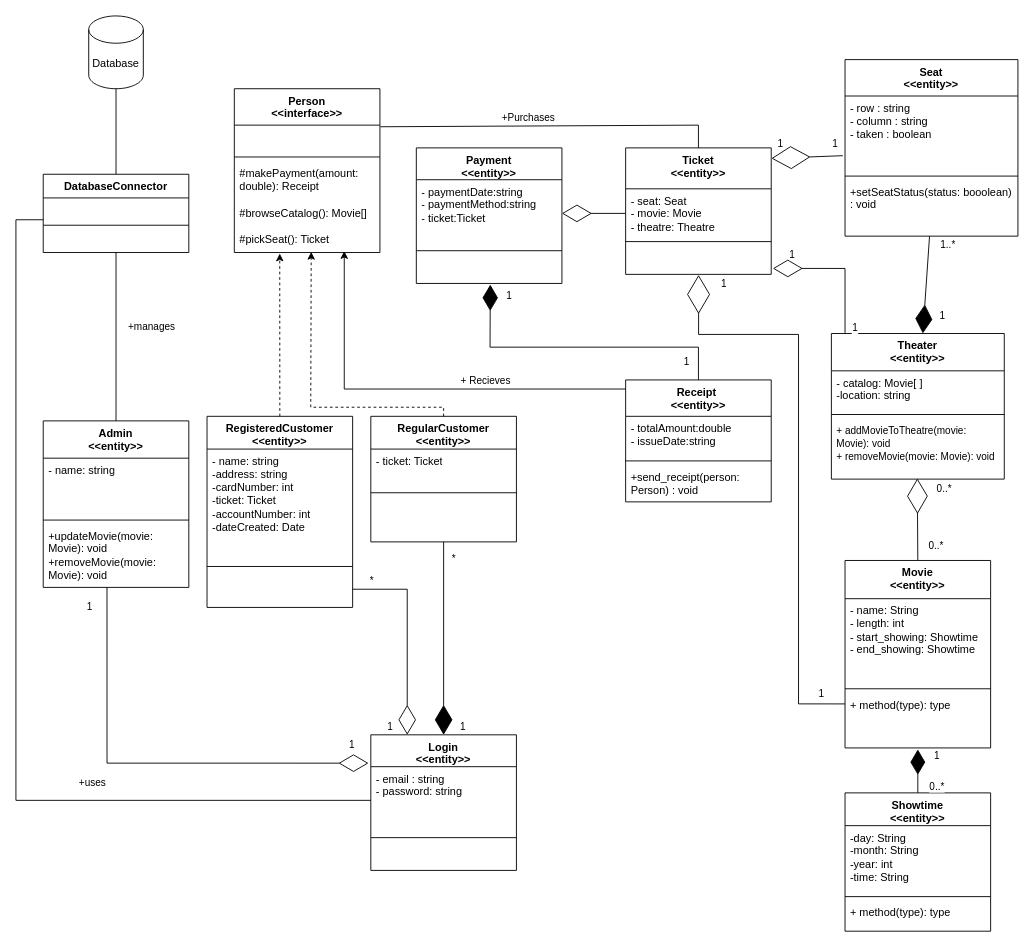
The draw.io diagram page "Domain Layer Class Diagram" (2 of 5) of ENSF 480 Final Project Diagrams.drawio in SenorYuen/ProjectGrp9, before the edit. Source tidied: cells renumbered, new cells numbered last; positions are measured from the earlier drawing's top-left corner, leaving out a move shared by most shapes. Both pictures are drawn from the tidied source at 91%, with x=0, y=0 at pixel (15, 15).
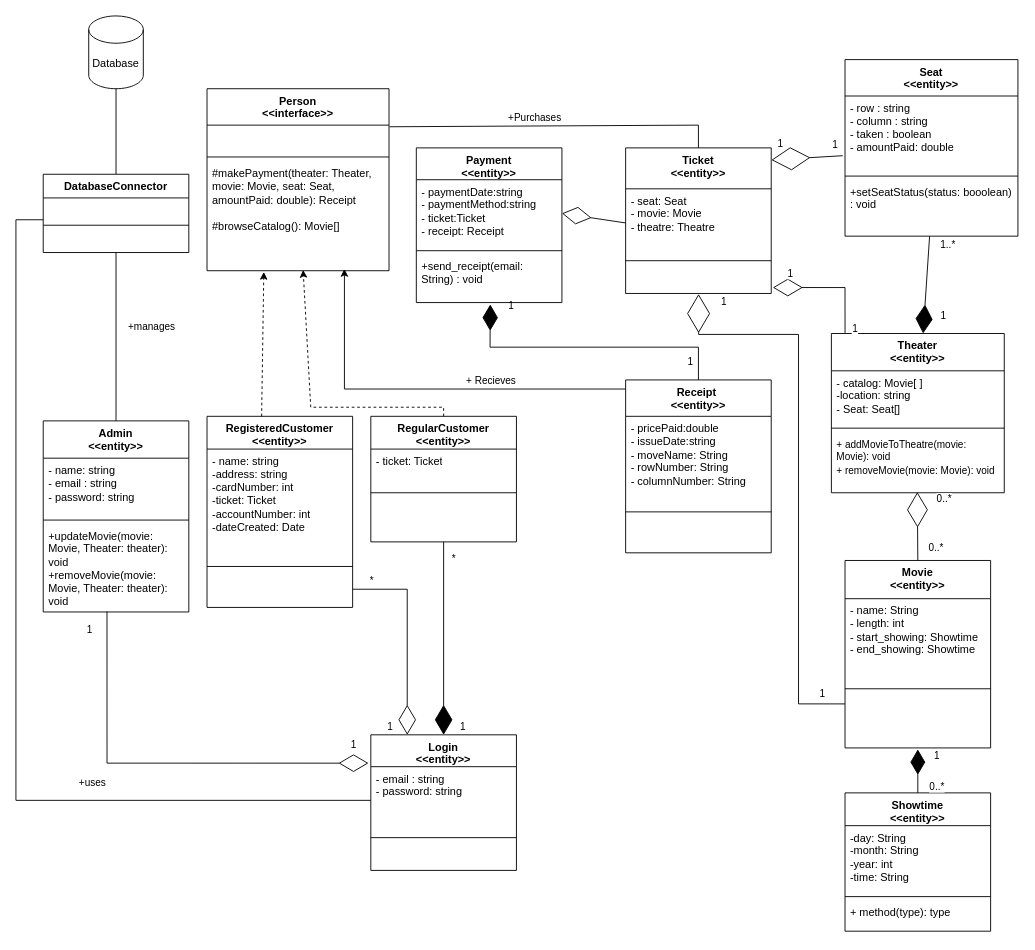
The same diagram, later.

Commit message (it also covers changes not shown here):
Shuffled UML around to make the Person interface's makePayment() make more sense

The change refers to these unchanged cells:
```xml
<mxCell id="6" value="Seat&lt;div&gt;&amp;lt;&amp;lt;entity&amp;gt;&amp;gt;&lt;br&gt;&lt;div&gt;&lt;br&gt;&lt;/div&gt;&lt;div&gt;&lt;br&gt;&lt;/div&gt;&lt;/div&gt;" style="swimlane;fontStyle=1;align=center;verticalAlign=top;horizontal=1;startSize=40;whiteSpace=wrap;html=1;" parent="1" vertex="1">
  <mxGeometry x="911.1" y="48" width="190" height="194" as="geometry" />
</mxCell>
<mxCell id="14" value="Movie&lt;div&gt;&amp;lt;&amp;lt;entity&amp;gt;&amp;gt;&lt;br&gt;&lt;div&gt;&lt;br&gt;&lt;/div&gt;&lt;/div&gt;" style="swimlane;fontStyle=1;align=center;verticalAlign=top;horizontal=1;startSize=42;whiteSpace=wrap;html=1;" parent="1" vertex="1">
  <mxGeometry x="911.1" y="598.4" width="160" height="206" as="geometry" />
</mxCell>
<mxCell id="30" value="RegisteredCustomer&lt;div&gt;&amp;lt;&amp;lt;entity&amp;gt;&amp;gt;&lt;br&gt;&lt;div&gt;&lt;br&gt;&lt;/div&gt;&lt;/div&gt;" style="swimlane;fontStyle=1;align=center;verticalAlign=top;horizontal=1;startSize=36;whiteSpace=wrap;html=1;" parent="1" vertex="1">
  <mxGeometry x="210" y="440" width="160" height="210" as="geometry" />
</mxCell>
```

What changed in the source:
```diff
@@
     <mxCell id="2" value="&lt;div&gt;Person&lt;/div&gt;&lt;div&gt;&amp;lt;&amp;lt;interface&amp;gt;&amp;gt;&lt;/div&gt;" style="swimlane;fontStyle=1;align=center;verticalAlign=top;horizontal=1;startSize=40;whiteSpace=wrap;html=1;" parent="1" vertex="1">
-      <mxGeometry x="240" y="80" width="160" height="180" as="geometry" />
+      <mxGeometry x="210" y="80" width="200" height="200" as="geometry" />
     </mxCell>
     <mxCell id="3" value="&amp;nbsp;" style="text;strokeColor=none;fillColor=none;align=left;verticalAlign=top;spacingLeft=4;spacingRight=4;overflow=hidden;points=[[0,0.5],[1,0.5]];portConstraint=eastwest;whiteSpace=wrap;html=1;" parent="2" vertex="1">
-      <mxGeometry y="40" width="160" height="30" as="geometry" />
+      <mxGeometry y="40" width="200" height="30" as="geometry" />
     </mxCell>
     <mxCell id="4" style="line;strokeWidth=1;fillColor=none;align=left;verticalAlign=middle;spacingTop=-1;spacingLeft=3;spacingRight=3;labelPosition=right;strokeColor=inherit;" parent="2" vertex="1">
-      <mxGeometry y="70" width="160" height="10" as="geometry" />
+      <mxGeometry y="70" width="200" height="10" as="geometry" />
     </mxCell>
-    <mxCell id="5" value="#makePayment(amount: double): Receipt&lt;div&gt;&lt;br&gt;&lt;/div&gt;&lt;div&gt;#browseCatalog(): Movie[]&lt;/div&gt;&lt;div&gt;&lt;br&gt;&lt;/div&gt;&lt;div&gt;#pickSeat(): Ticket&lt;/div&gt;" style="text;strokeColor=none;fillColor=none;align=left;verticalAlign=top;spacingLeft=4;spacingRight=4;overflow=hidden;points=[[0,0.5],[1,0.5]];portConstraint=eastwest;whiteSpace=wrap;html=1;" parent="2" vertex="1">
-      <mxGeometry y="80" width="160" height="100" as="geometry" />
+    <mxCell id="5" value="#makePayment(theater: Theater, movie: Movie, seat: Seat, amountPaid: double): Receipt&lt;div&gt;&lt;br&gt;&lt;/div&gt;&lt;div&gt;#browseCatalog(): Movie[]&lt;/div&gt;&lt;div&gt;&lt;br&gt;&lt;/div&gt;&lt;div&gt;&lt;br&gt;&lt;/div&gt;" style="text;strokeColor=none;fillColor=none;align=left;verticalAlign=top;spacingLeft=4;spacingRight=4;overflow=hidden;points=[[0,0.5],[1,0.5]];portConstraint=eastwest;whiteSpace=wrap;html=1;" parent="2" vertex="1">
+      <mxGeometry y="80" width="200" height="120" as="geometry" />
     </mxCell>
@@
-    <mxCell id="7" value="- row : string&lt;div&gt;- column : string&lt;/div&gt;&lt;div&gt;- taken : boolean&lt;/div&gt;" style="text;strokeColor=none;fillColor=none;align=left;verticalAlign=top;spacingLeft=4;spacingRight=4;overflow=hidden;points=[[0,0.5],[1,0.5]];portConstraint=eastwest;whiteSpace=wrap;html=1;" parent="6" vertex="1">
+    <mxCell id="7" value="- row : string&lt;div&gt;- column : string&lt;/div&gt;&lt;div&gt;- taken : boolean&lt;/div&gt;&lt;div&gt;- amountPaid: double&lt;/div&gt;" style="text;strokeColor=none;fillColor=none;align=left;verticalAlign=top;spacingLeft=4;spacingRight=4;overflow=hidden;points=[[0,0.5],[1,0.5]];portConstraint=eastwest;whiteSpace=wrap;html=1;" parent="6" vertex="1">
       <mxGeometry y="40" width="190" height="84" as="geometry" />
     </mxCell>
@@
     <mxCell id="10" value="Theater&lt;div&gt;&amp;lt;&amp;lt;entity&amp;gt;&amp;gt;&lt;br&gt;&lt;div&gt;&lt;br&gt;&lt;/div&gt;&lt;/div&gt;" style="swimlane;fontStyle=1;align=center;verticalAlign=top;horizontal=1;startSize=41;whiteSpace=wrap;html=1;" parent="1" vertex="1">
-      <mxGeometry x="896.1" y="349" width="190" height="160" as="geometry" />
+      <mxGeometry x="896.1" y="349" width="190" height="175" as="geometry" />
     </mxCell>
-    <mxCell id="11" value="- catalog: Movie[ ]&lt;div&gt;-location: string&lt;/div&gt;" style="text;strokeColor=none;fillColor=none;align=left;verticalAlign=top;spacingLeft=4;spacingRight=4;overflow=hidden;whiteSpace=wrap;html=1;" parent="10" vertex="1">
-      <mxGeometry y="41" width="190" height="44" as="geometry" />
+    <mxCell id="11" value="- catalog: Movie[ ]&lt;div&gt;-location: string&lt;/div&gt;&lt;div&gt;- Seat: Seat[]&lt;/div&gt;" style="text;strokeColor=none;fillColor=none;align=left;verticalAlign=top;spacingLeft=4;spacingRight=4;overflow=hidden;whiteSpace=wrap;html=1;" parent="10" vertex="1">
+      <mxGeometry y="41" width="190" height="59" as="geometry" />
     </mxCell>
     <mxCell id="12" style="line;strokeWidth=1;fillColor=none;align=left;verticalAlign=middle;spacingTop=-1;spacingLeft=3;spacingRight=3;labelPosition=right;strokeColor=inherit;" parent="10" vertex="1">
-      <mxGeometry y="85" width="190" height="8" as="geometry" />
+      <mxGeometry y="100" width="190" height="8" as="geometry" />
     </mxCell>
     <mxCell id="13" value="&lt;font style=&quot;font-size: 11px;&quot;&gt;+ addMovieToTheatre(movie: Movie): void&lt;/font&gt;&lt;div&gt;&lt;font style=&quot;font-size: 11px;&quot;&gt;+ removeMovie(movie: Movie): void&lt;/font&gt;&lt;/div&gt;" style="text;strokeColor=none;fillColor=none;align=left;verticalAlign=top;spacingLeft=4;spacingRight=4;overflow=hidden;points=[[0,0.5],[1,0.5]];portConstraint=eastwest;whiteSpace=wrap;html=1;" parent="10" vertex="1">
-      <mxGeometry y="93" width="190" height="67" as="geometry" />
+      <mxGeometry y="108" width="190" height="67" as="geometry" />
     </mxCell>
@@
-    <mxCell id="17" value="+ method(type): type" style="text;strokeColor=none;fillColor=none;align=left;verticalAlign=top;spacingLeft=4;spacingRight=4;overflow=hidden;points=[[0,0.5],[1,0.5]];portConstraint=eastwest;whiteSpace=wrap;html=1;" parent="14" vertex="1">
+    <mxCell id="17" value="&amp;nbsp;" style="text;strokeColor=none;fillColor=none;align=left;verticalAlign=top;spacingLeft=4;spacingRight=4;overflow=hidden;points=[[0,0.5],[1,0.5]];portConstraint=eastwest;whiteSpace=wrap;html=1;" parent="14" vertex="1">
       <mxGeometry y="146" width="160" height="60" as="geometry" />
     </mxCell>
@@
     <mxCell id="22" value="Receipt&amp;nbsp;&lt;div&gt;&amp;lt;&amp;lt;entity&amp;gt;&amp;gt;&lt;br&gt;&lt;div&gt;&lt;br&gt;&lt;/div&gt;&lt;/div&gt;" style="swimlane;fontStyle=1;align=center;verticalAlign=top;horizontal=1;startSize=40;whiteSpace=wrap;html=1;" parent="1" vertex="1">
-      <mxGeometry x="670" y="400" width="160" height="134" as="geometry" />
+      <mxGeometry x="670" y="400" width="160" height="190" as="geometry" />
     </mxCell>
-    <mxCell id="23" value="- totalAmount:double&amp;nbsp; &amp;nbsp; &amp;nbsp; &amp;nbsp; &amp;nbsp; &amp;nbsp; - issueDate:string&lt;span style=&quot;background-color: initial;&quot;&gt;&amp;nbsp;&lt;/span&gt;&lt;span style=&quot;background-color: initial;&quot;&gt;&amp;nbsp; &amp;nbsp; &amp;nbsp; &amp;nbsp; &amp;nbsp; &amp;nbsp; &amp;nbsp; &amp;nbsp;&lt;/span&gt;&lt;div&gt;&lt;div&gt;&lt;div&gt;&lt;br&gt;&lt;/div&gt;&lt;/div&gt;&lt;/div&gt;" style="text;strokeColor=none;fillColor=none;align=left;verticalAlign=top;spacingLeft=4;spacingRight=4;overflow=hidden;whiteSpace=wrap;html=1;" parent="22" vertex="1">
-      <mxGeometry y="40" width="160" height="44" as="geometry" />
+    <mxCell id="23" value="- pricePaid:double&amp;nbsp; &amp;nbsp; &amp;nbsp; &amp;nbsp; &amp;nbsp; &amp;nbsp;&amp;nbsp;&lt;div&gt;- issueDate:string&lt;span style=&quot;background-color: initial;&quot;&gt;&amp;nbsp;&lt;/span&gt;&lt;span style=&quot;background-color: initial;&quot;&gt;&amp;nbsp; &amp;nbsp; &amp;nbsp; &amp;nbsp; &amp;nbsp; &amp;nbsp; &amp;nbsp; &amp;nbsp;&lt;/span&gt;&lt;div&gt;&lt;div&gt;&lt;div&gt;- moveName: String&lt;/div&gt;&lt;/div&gt;&lt;/div&gt;&lt;div&gt;- rowNumber: String&lt;/div&gt;&lt;div&gt;- columnNumber: String&lt;/div&gt;&lt;/div&gt;" style="text;strokeColor=none;fillColor=none;align=left;verticalAlign=top;spacingLeft=4;spacingRight=4;overflow=hidden;whiteSpace=wrap;html=1;" parent="22" vertex="1">
+      <mxGeometry y="40" width="160" height="100" as="geometry" />
     </mxCell>
     <mxCell id="24" style="line;strokeWidth=1;fillColor=none;align=left;verticalAlign=middle;spacingTop=-1;spacingLeft=3;spacingRight=3;labelPosition=right;strokeColor=inherit;" parent="22" vertex="1">
-      <mxGeometry y="84" width="160" height="10" as="geometry" />
+      <mxGeometry y="140" width="160" height="10" as="geometry" />
     </mxCell>
-    <mxCell id="25" value="+send_receipt(person: Person) : void" style="text;strokeColor=none;fillColor=none;align=left;verticalAlign=top;spacingLeft=4;spacingRight=4;overflow=hidden;whiteSpace=wrap;html=1;" parent="22" vertex="1">
-      <mxGeometry y="94" width="160" height="40" as="geometry" />
+    <mxCell id="25" value="&amp;nbsp;" style="text;strokeColor=none;fillColor=none;align=left;verticalAlign=top;spacingLeft=4;spacingRight=4;overflow=hidden;whiteSpace=wrap;html=1;" parent="22" vertex="1">
+      <mxGeometry y="150" width="160" height="40" as="geometry" />
     </mxCell>
     <mxCell id="26" value="Ticket&lt;div&gt;&amp;lt;&amp;lt;entity&amp;gt;&amp;gt;&lt;br&gt;&lt;div&gt;&lt;br&gt;&lt;/div&gt;&lt;/div&gt;" style="swimlane;fontStyle=1;align=center;verticalAlign=top;horizontal=1;startSize=45;whiteSpace=wrap;html=1;" parent="1" vertex="1">
-      <mxGeometry x="670" y="145" width="160" height="139" as="geometry" />
+      <mxGeometry x="670" y="145" width="160" height="160" as="geometry" />
     </mxCell>
-    <mxCell id="27" value="- seat: Seat&lt;div&gt;- movie: Movie&lt;/div&gt;&lt;div&gt;- theatre: Theatre&lt;/div&gt;" style="text;strokeColor=none;fillColor=none;align=left;verticalAlign=top;spacingLeft=4;spacingRight=4;overflow=hidden;points=[[0,0.5],[1,0.5]];portConstraint=eastwest;whiteSpace=wrap;html=1;" parent="26" vertex="1">
-      <mxGeometry y="45" width="160" height="54" as="geometry" />
+    <mxCell id="27" value="- seat: Seat&lt;div&gt;- movie: Movie&lt;/div&gt;&lt;div&gt;- theatre: Theatre&lt;/div&gt;&lt;div&gt;&lt;br&gt;&lt;/div&gt;" style="text;strokeColor=none;fillColor=none;align=left;verticalAlign=top;spacingLeft=4;spacingRight=4;overflow=hidden;points=[[0,0.5],[1,0.5]];portConstraint=eastwest;whiteSpace=wrap;html=1;" parent="26" vertex="1">
+      <mxGeometry y="45" width="160" height="75" as="geometry" />
     </mxCell>
     <mxCell id="28" style="line;strokeWidth=1;fillColor=none;align=left;verticalAlign=middle;spacingTop=-1;spacingLeft=3;spacingRight=3;labelPosition=right;strokeColor=inherit;" parent="26" vertex="1">
-      <mxGeometry y="99" width="160" height="8" as="geometry" />
+      <mxGeometry y="120" width="160" height="8" as="geometry" />
     </mxCell>
     <mxCell id="29" value="&amp;nbsp;&amp;nbsp;" style="text;strokeColor=none;fillColor=none;align=left;verticalAlign=top;spacingLeft=4;spacingRight=4;overflow=hidden;points=[[0,0.5],[1,0.5]];portConstraint=eastwest;whiteSpace=wrap;html=1;" parent="26" vertex="1">
-      <mxGeometry y="107" width="160" height="32" as="geometry" />
+      <mxGeometry y="128" width="160" height="32" as="geometry" />
     </mxCell>
@@
     <mxCell id="56" value="Admin&lt;div&gt;&amp;lt;&amp;lt;entity&amp;gt;&amp;gt;&lt;br&gt;&lt;div&gt;&lt;br&gt;&lt;/div&gt;&lt;/div&gt;" style="swimlane;fontStyle=1;align=center;verticalAlign=top;horizontal=1;startSize=41;whiteSpace=wrap;html=1;" parent="1" vertex="1">
-      <mxGeometry x="30" y="445" width="160" height="183" as="geometry" />
+      <mxGeometry x="30" y="445" width="160" height="210" as="geometry" />
     </mxCell>
-    <mxCell id="57" value="&lt;div&gt;- name: string&lt;div&gt;&lt;span style=&quot;background-color: initial;&quot;&gt;&amp;nbsp; &amp;nbsp; &amp;nbsp; &amp;nbsp; &amp;nbsp; &amp;nbsp; &amp;nbsp; &amp;nbsp;&amp;nbsp;&lt;/span&gt;&lt;/div&gt;&lt;/div&gt;" style="text;strokeColor=none;fillColor=none;align=left;verticalAlign=top;spacingLeft=4;spacingRight=4;overflow=hidden;whiteSpace=wrap;html=1;" parent="56" vertex="1">
+    <mxCell id="57" value="- name: string&lt;div&gt;- email : string&lt;/div&gt;&lt;div&gt;- password: string&lt;/div&gt;" style="text;strokeColor=none;fillColor=none;align=left;verticalAlign=top;spacingLeft=4;spacingRight=4;overflow=hidden;whiteSpace=wrap;html=1;" parent="56" vertex="1">
       <mxGeometry y="41" width="160" height="64" as="geometry" />
     </mxCell>
@@
-    <mxCell id="59" value="+updateMovie(movie: Movie): void&lt;div&gt;+removeMovie(movie: Movie): void&lt;/div&gt;" style="text;strokeColor=none;fillColor=none;align=left;verticalAlign=top;spacingLeft=4;spacingRight=4;overflow=hidden;points=[[0,0.5],[1,0.5]];portConstraint=eastwest;whiteSpace=wrap;html=1;" parent="56" vertex="1">
-      <mxGeometry y="113" width="160" height="70" as="geometry" />
+    <mxCell id="59" value="+updateMovie(movie: Movie, Theater: theater): void&lt;div&gt;+removeMovie(movie: Movie, Theater: theater): void&lt;/div&gt;" style="text;strokeColor=none;fillColor=none;align=left;verticalAlign=top;spacingLeft=4;spacingRight=4;overflow=hidden;points=[[0,0.5],[1,0.5]];portConstraint=eastwest;whiteSpace=wrap;html=1;" parent="56" vertex="1">
+      <mxGeometry y="113" width="160" height="97" as="geometry" />
     </mxCell>
-    <mxCell id="60" style="edgeStyle=none;rounded=0;jettySize=auto;html=1;dashed=1;exitX=0.5;exitY=0;exitDx=0;exitDy=0;entryX=0.312;entryY=1.011;entryDx=0;entryDy=0;entryPerimeter=0;" parent="1" edge="1" source="30" target="5">
+    <mxCell id="60" style="edgeStyle=none;rounded=0;jettySize=auto;html=1;dashed=1;exitX=0.375;exitY=0;exitDx=0;exitDy=0;entryX=0.312;entryY=1.011;entryDx=0;entryDy=0;entryPerimeter=0;exitPerimeter=0;" parent="1" edge="1" source="30" target="5">
       <mxGeometry relative="1" as="geometry" />
     </mxCell>
@@
     <mxCell id="62" value="Payment&lt;div&gt;&amp;lt;&amp;lt;entity&amp;gt;&amp;gt;&lt;br&gt;&lt;div&gt;&lt;br&gt;&lt;/div&gt;&lt;/div&gt;" style="swimlane;fontStyle=1;align=center;verticalAlign=top;horizontal=1;startSize=35;whiteSpace=wrap;html=1;" parent="1" vertex="1">
-      <mxGeometry x="440" y="145" width="160" height="149" as="geometry" />
+      <mxGeometry x="440" y="145" width="160" height="170" as="geometry" />
     </mxCell>
-    <mxCell id="63" value="- paymentDate:string&lt;div&gt;- paymentMethod:string&lt;/div&gt;&lt;div&gt;- ticket:Ticket&lt;/div&gt;" style="text;strokeColor=none;fillColor=none;align=left;verticalAlign=top;spacingLeft=4;spacingRight=4;overflow=hidden;points=[[0,0.5],[1,0.5]];portConstraint=eastwest;whiteSpace=wrap;html=1;" parent="62" vertex="1">
+    <mxCell id="63" value="- paymentDate:string&lt;div&gt;- paymentMethod:string&lt;/div&gt;&lt;div&gt;- ticket:Ticket&lt;/div&gt;&lt;div&gt;- receipt: Receipt&lt;/div&gt;" style="text;strokeColor=none;fillColor=none;align=left;verticalAlign=top;spacingLeft=4;spacingRight=4;overflow=hidden;points=[[0,0.5],[1,0.5]];portConstraint=eastwest;whiteSpace=wrap;html=1;" parent="62" vertex="1">
       <mxGeometry y="35" width="160" height="74" as="geometry" />
     </mxCell>
@@
-    <mxCell id="65" value="&amp;nbsp;" style="text;strokeColor=none;fillColor=none;align=left;verticalAlign=top;spacingLeft=4;spacingRight=4;overflow=hidden;points=[[0,0.5],[1,0.5]];portConstraint=eastwest;whiteSpace=wrap;html=1;" parent="62" vertex="1">
-      <mxGeometry y="117" width="160" height="32" as="geometry" />
+    <mxCell id="65" value="+send_receipt(email: String) : void" style="text;strokeColor=none;fillColor=none;align=left;verticalAlign=top;spacingLeft=4;spacingRight=4;overflow=hidden;points=[[0,0.5],[1,0.5]];portConstraint=eastwest;whiteSpace=wrap;html=1;" parent="62" vertex="1">
+      <mxGeometry y="117" width="160" height="53" as="geometry" />
     </mxCell>
```
